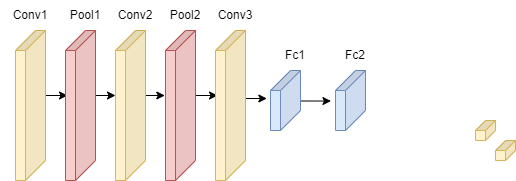
akmeraki/Neural-Network-Architecure-Diagrams keeps this draw.io diagram as 3 layer Conv Multitask (Age + Gender Classifier).png. Above is the earlier version. Source tidied: cells renumbered, new cells last; positions are measured from the earlier drawing's top-left corner, leaving out a move shared by most shapes. Source of this version:
```xml
<mxGraphModel>
  <root>
    <mxCell id="0" />
    <mxCell id="1" parent="0" />
    <mxCell id="2" style="edgeStyle=orthogonalEdgeStyle;rounded=0;jettySize=auto;html=1;exitX=0;exitY=0;exitDx=65;exitDy=0;exitPerimeter=0;entryX=0.436;entryY=0.933;entryDx=0;entryDy=0;entryPerimeter=0;" parent="1" edge="1" source="3" target="8">
      <mxGeometry relative="1" as="geometry" />
    </mxCell>
    <mxCell id="3" style="shape=cube;whiteSpace=wrap;html=1;boundedLbl=1;backgroundOutline=1;darkOpacity=0.05;darkOpacity2=0.1;shadow=0;sketch=0;strokeColor=#d6b656;size=20;direction=south;fillColor=#fff2cc;" parent="1" vertex="1">
      <mxGeometry x="15" y="30" width="30" height="150" as="geometry" />
    </mxCell>
    <mxCell id="4" style="edgeStyle=orthogonalEdgeStyle;rounded=0;jettySize=auto;html=1;exitX=0;exitY=0;exitDx=65;exitDy=0;exitPerimeter=0;entryX=0.431;entryY=1.022;entryDx=0;entryDy=0;entryPerimeter=0;" parent="1" edge="1" source="5" target="10">
      <mxGeometry relative="1" as="geometry" />
    </mxCell>
    <mxCell id="5" style="shape=cube;whiteSpace=wrap;html=1;boundedLbl=1;backgroundOutline=1;darkOpacity=0.05;darkOpacity2=0.1;shadow=0;sketch=0;strokeColor=#d6b656;size=20;direction=south;fillColor=#fff2cc;" parent="1" vertex="1">
      <mxGeometry x="115" y="30" width="30" height="150" as="geometry" />
    </mxCell>
    <mxCell id="6" style="edgeStyle=orthogonalEdgeStyle;rounded=0;jettySize=auto;html=1;exitX=0;exitY=0;exitDx=65;exitDy=0;exitPerimeter=0;entryX=0.467;entryY=1.122;entryDx=0;entryDy=0;entryPerimeter=0;" parent="1" edge="1" target="17">
      <mxGeometry relative="1" as="geometry">
        <mxPoint x="245" y="95" as="sourcePoint" />
        <Array as="points">
          <mxPoint x="245" y="98" />
        </Array>
      </mxGeometry>
    </mxCell>
    <mxCell id="7" style="edgeStyle=orthogonalEdgeStyle;rounded=0;jettySize=auto;html=1;exitX=0;exitY=0;exitDx=65;exitDy=0;exitPerimeter=0;entryX=0.427;entryY=1;entryDx=0;entryDy=0;entryPerimeter=0;" parent="1" edge="1" source="8" target="5">
      <mxGeometry relative="1" as="geometry" />
    </mxCell>
    <mxCell id="8" style="shape=cube;whiteSpace=wrap;html=1;boundedLbl=1;backgroundOutline=1;darkOpacity=0.05;darkOpacity2=0.1;shadow=0;sketch=0;strokeColor=#b85450;size=20;direction=south;fillColor=#f8cecc;" parent="1" vertex="1">
      <mxGeometry x="65" y="30" width="30" height="150" as="geometry" />
    </mxCell>
    <mxCell id="9" style="edgeStyle=orthogonalEdgeStyle;rounded=0;jettySize=auto;html=1;exitX=0;exitY=0;exitDx=65;exitDy=0;exitPerimeter=0;entryX=0.427;entryY=0.933;entryDx=0;entryDy=0;entryPerimeter=0;" parent="1" edge="1" source="10">
      <mxGeometry relative="1" as="geometry">
        <mxPoint x="217" y="94" as="targetPoint" />
      </mxGeometry>
    </mxCell>
    <mxCell id="10" style="shape=cube;whiteSpace=wrap;html=1;boundedLbl=1;backgroundOutline=1;darkOpacity=0.05;darkOpacity2=0.1;shadow=0;sketch=0;strokeColor=#b85450;size=20;direction=south;fillColor=#f8cecc;" parent="1" vertex="1">
      <mxGeometry x="165" y="30" width="30" height="150" as="geometry" />
    </mxCell>
    <mxCell id="11" value="Conv1" style="text;html=1;strokeColor=none;fillColor=none;align=center;verticalAlign=middle;whiteSpace=wrap;rounded=0;shadow=0;sketch=0;" parent="1" vertex="1">
      <mxGeometry width="60" height="30" as="geometry" />
    </mxCell>
    <mxCell id="12" value="Pool1" style="text;html=1;strokeColor=none;fillColor=none;align=center;verticalAlign=middle;whiteSpace=wrap;rounded=0;shadow=0;sketch=0;" parent="1" vertex="1">
      <mxGeometry x="55" width="60" height="30" as="geometry" />
    </mxCell>
    <mxCell id="13" value="Conv2" style="text;html=1;strokeColor=none;fillColor=none;align=center;verticalAlign=middle;whiteSpace=wrap;rounded=0;shadow=0;sketch=0;" parent="1" vertex="1">
      <mxGeometry x="105" width="60" height="30" as="geometry" />
    </mxCell>
    <mxCell id="14" value="Pool2" style="text;html=1;strokeColor=none;fillColor=none;align=center;verticalAlign=middle;whiteSpace=wrap;rounded=0;shadow=0;sketch=0;" parent="1" vertex="1">
      <mxGeometry x="155" width="60" height="30" as="geometry" />
    </mxCell>
    <mxCell id="15" value="Conv3" style="text;html=1;strokeColor=none;fillColor=none;align=center;verticalAlign=middle;whiteSpace=wrap;rounded=0;shadow=0;sketch=0;" parent="1" vertex="1">
      <mxGeometry x="205" width="60" height="30" as="geometry" />
    </mxCell>
    <mxCell id="16" style="edgeStyle=orthogonalEdgeStyle;rounded=0;jettySize=auto;html=1;exitX=0;exitY=0;exitDx=20;exitDy=0;exitPerimeter=0;entryX=0.509;entryY=1.152;entryDx=0;entryDy=0;entryPerimeter=0;" parent="1" edge="1" source="17" target="18">
      <mxGeometry relative="1" as="geometry">
        <Array as="points">
          <mxPoint x="300" y="101" />
        </Array>
      </mxGeometry>
    </mxCell>
    <mxCell id="17" style="shape=cube;whiteSpace=wrap;html=1;boundedLbl=1;backgroundOutline=1;darkOpacity=0.05;darkOpacity2=0.1;shadow=0;sketch=0;strokeColor=#6c8ebf;size=20;direction=south;fillColor=#dae8fc;" parent="1" vertex="1">
      <mxGeometry x="270" y="70" width="30" height="60" as="geometry" />
    </mxCell>
    <mxCell id="18" style="shape=cube;whiteSpace=wrap;html=1;boundedLbl=1;backgroundOutline=1;darkOpacity=0.05;darkOpacity2=0.1;shadow=0;sketch=0;strokeColor=#6c8ebf;size=20;direction=south;fillColor=#dae8fc;" parent="1" vertex="1">
      <mxGeometry x="335" y="70" width="30" height="60" as="geometry" />
    </mxCell>
    <mxCell id="19" value="Fc1" style="text;html=1;strokeColor=none;fillColor=none;align=center;verticalAlign=middle;whiteSpace=wrap;rounded=0;shadow=0;sketch=0;" parent="1" vertex="1">
      <mxGeometry x="265" y="40" width="60" height="30" as="geometry" />
    </mxCell>
    <mxCell id="20" value="Fc2" style="text;html=1;strokeColor=none;fillColor=none;align=center;verticalAlign=middle;whiteSpace=wrap;rounded=0;shadow=0;sketch=0;" parent="1" vertex="1">
      <mxGeometry x="325" y="40" width="60" height="30" as="geometry" />
    </mxCell>
    <mxCell id="21" style="shape=cube;whiteSpace=wrap;html=1;boundedLbl=1;backgroundOutline=1;darkOpacity=0.05;darkOpacity2=0.1;shadow=0;sketch=0;strokeColor=#d6b656;size=20;direction=south;fillColor=#fff2cc;" parent="1" vertex="1">
      <mxGeometry x="215" y="30" width="30" height="150" as="geometry" />
    </mxCell>
    <mxCell id="22" style="shape=cube;whiteSpace=wrap;html=1;boundedLbl=1;backgroundOutline=1;darkOpacity=0.05;darkOpacity2=0.1;shadow=0;sketch=0;strokeColor=#d6b656;size=10;direction=south;fillColor=#fff2cc;" parent="1" vertex="1">
      <mxGeometry x="475" y="120" width="20" height="20" as="geometry" />
    </mxCell>
    <mxCell id="23" style="shape=cube;whiteSpace=wrap;html=1;boundedLbl=1;backgroundOutline=1;darkOpacity=0.05;darkOpacity2=0.1;shadow=0;sketch=0;strokeColor=#d6b656;size=10;direction=south;fillColor=#fff2cc;" parent="1" vertex="1">
      <mxGeometry x="495" y="140" width="20" height="20" as="geometry" />
    </mxCell>
  </root>
</mxGraphModel>
```
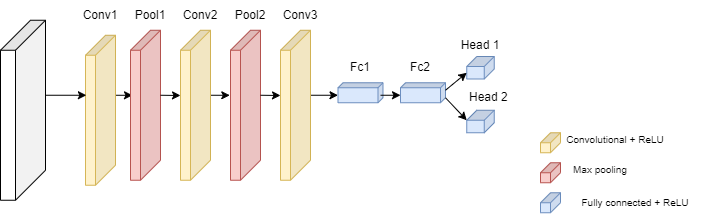
After the commit.

Change to the diagram source:
```diff
@@ -2,82 +2,115 @@
   <root>
     <mxCell id="0" />
     <mxCell id="1" parent="0" />
-    <mxCell id="2" style="edgeStyle=orthogonalEdgeStyle;rounded=0;jettySize=auto;html=1;exitX=0;exitY=0;exitDx=65;exitDy=0;exitPerimeter=0;entryX=0.436;entryY=0.933;entryDx=0;entryDy=0;entryPerimeter=0;" parent="1" edge="1" source="3" target="8">
-      <mxGeometry relative="1" as="geometry" />
+    <mxCell id="2" style="edgeStyle=orthogonalEdgeStyle;rounded=0;jettySize=auto;html=1;exitX=0;exitY=0;exitDx=65;exitDy=0;exitPerimeter=0;entryX=0.436;entryY=0.933;entryDx=0;entryDy=0;entryPerimeter=0;" parent="1" edge="1" target="8">
+      <mxGeometry relative="1" as="geometry">
+        <mxPoint x="45" y="94.9" as="sourcePoint" />
+      </mxGeometry>
     </mxCell>
     <mxCell id="3" style="shape=cube;whiteSpace=wrap;html=1;boundedLbl=1;backgroundOutline=1;darkOpacity=0.05;darkOpacity2=0.1;shadow=0;sketch=0;strokeColor=#d6b656;size=20;direction=south;fillColor=#fff2cc;" parent="1" vertex="1">
-      <mxGeometry x="15" y="30" width="30" height="150" as="geometry" />
+      <mxGeometry x="20" y="34.9" width="30" height="150" as="geometry" />
     </mxCell>
     <mxCell id="4" style="edgeStyle=orthogonalEdgeStyle;rounded=0;jettySize=auto;html=1;exitX=0;exitY=0;exitDx=65;exitDy=0;exitPerimeter=0;entryX=0.431;entryY=1.022;entryDx=0;entryDy=0;entryPerimeter=0;" parent="1" edge="1" source="5" target="10">
       <mxGeometry relative="1" as="geometry" />
     </mxCell>
     <mxCell id="5" style="shape=cube;whiteSpace=wrap;html=1;boundedLbl=1;backgroundOutline=1;darkOpacity=0.05;darkOpacity2=0.1;shadow=0;sketch=0;strokeColor=#d6b656;size=20;direction=south;fillColor=#fff2cc;" parent="1" vertex="1">
-      <mxGeometry x="115" y="30" width="30" height="150" as="geometry" />
+      <mxGeometry x="115" y="29.9" width="30" height="150" as="geometry" />
     </mxCell>
-    <mxCell id="6" style="edgeStyle=orthogonalEdgeStyle;rounded=0;jettySize=auto;html=1;exitX=0;exitY=0;exitDx=65;exitDy=0;exitPerimeter=0;entryX=0.467;entryY=1.122;entryDx=0;entryDy=0;entryPerimeter=0;" parent="1" edge="1" target="17">
-      <mxGeometry relative="1" as="geometry">
-        <mxPoint x="245" y="95" as="sourcePoint" />
-        <Array as="points">
-          <mxPoint x="245" y="98" />
-        </Array>
-      </mxGeometry>
-    </mxCell>
-    <mxCell id="7" style="edgeStyle=orthogonalEdgeStyle;rounded=0;jettySize=auto;html=1;exitX=0;exitY=0;exitDx=65;exitDy=0;exitPerimeter=0;entryX=0.427;entryY=1;entryDx=0;entryDy=0;entryPerimeter=0;" parent="1" edge="1" source="8" target="5">
-      <mxGeometry relative="1" as="geometry" />
-    </mxCell>
     <mxCell id="8" style="shape=cube;whiteSpace=wrap;html=1;boundedLbl=1;backgroundOutline=1;darkOpacity=0.05;darkOpacity2=0.1;shadow=0;sketch=0;strokeColor=#b85450;size=20;direction=south;fillColor=#f8cecc;" parent="1" vertex="1">
-      <mxGeometry x="65" y="30" width="30" height="150" as="geometry" />
+      <mxGeometry x="65" y="29.9" width="30" height="150" as="geometry" />
     </mxCell>
-    <mxCell id="9" style="edgeStyle=orthogonalEdgeStyle;rounded=0;jettySize=auto;html=1;exitX=0;exitY=0;exitDx=65;exitDy=0;exitPerimeter=0;entryX=0.427;entryY=0.933;entryDx=0;entryDy=0;entryPerimeter=0;" parent="1" edge="1" source="10">
-      <mxGeometry relative="1" as="geometry">
-        <mxPoint x="217" y="94" as="targetPoint" />
-      </mxGeometry>
-    </mxCell>
     <mxCell id="10" style="shape=cube;whiteSpace=wrap;html=1;boundedLbl=1;backgroundOutline=1;darkOpacity=0.05;darkOpacity2=0.1;shadow=0;sketch=0;strokeColor=#b85450;size=20;direction=south;fillColor=#f8cecc;" parent="1" vertex="1">
-      <mxGeometry x="165" y="30" width="30" height="150" as="geometry" />
+      <mxGeometry x="165" y="29.9" width="30" height="150" as="geometry" />
     </mxCell>
     <mxCell id="11" value="Conv1" style="text;html=1;strokeColor=none;fillColor=none;align=center;verticalAlign=middle;whiteSpace=wrap;rounded=0;shadow=0;sketch=0;" parent="1" vertex="1">
-      <mxGeometry width="60" height="30" as="geometry" />
+      <mxGeometry x="5" y="-0.1" width="60" height="30" as="geometry" />
     </mxCell>
     <mxCell id="12" value="Pool1" style="text;html=1;strokeColor=none;fillColor=none;align=center;verticalAlign=middle;whiteSpace=wrap;rounded=0;shadow=0;sketch=0;" parent="1" vertex="1">
-      <mxGeometry x="55" width="60" height="30" as="geometry" />
+      <mxGeometry x="55" y="-0.1" width="60" height="30" as="geometry" />
     </mxCell>
     <mxCell id="13" value="Conv2" style="text;html=1;strokeColor=none;fillColor=none;align=center;verticalAlign=middle;whiteSpace=wrap;rounded=0;shadow=0;sketch=0;" parent="1" vertex="1">
-      <mxGeometry x="105" width="60" height="30" as="geometry" />
+      <mxGeometry x="105" y="-0.1" width="60" height="30" as="geometry" />
     </mxCell>
     <mxCell id="14" value="Pool2" style="text;html=1;strokeColor=none;fillColor=none;align=center;verticalAlign=middle;whiteSpace=wrap;rounded=0;shadow=0;sketch=0;" parent="1" vertex="1">
-      <mxGeometry x="155" width="60" height="30" as="geometry" />
+      <mxGeometry x="155" y="-0.1" width="60" height="30" as="geometry" />
     </mxCell>
     <mxCell id="15" value="Conv3" style="text;html=1;strokeColor=none;fillColor=none;align=center;verticalAlign=middle;whiteSpace=wrap;rounded=0;shadow=0;sketch=0;" parent="1" vertex="1">
-      <mxGeometry x="205" width="60" height="30" as="geometry" />
+      <mxGeometry x="205" y="-0.1" width="60" height="30" as="geometry" />
     </mxCell>
-    <mxCell id="16" style="edgeStyle=orthogonalEdgeStyle;rounded=0;jettySize=auto;html=1;exitX=0;exitY=0;exitDx=20;exitDy=0;exitPerimeter=0;entryX=0.509;entryY=1.152;entryDx=0;entryDy=0;entryPerimeter=0;" parent="1" edge="1" source="17" target="18">
-      <mxGeometry relative="1" as="geometry">
-        <Array as="points">
-          <mxPoint x="300" y="101" />
-        </Array>
-      </mxGeometry>
-    </mxCell>
-    <mxCell id="17" style="shape=cube;whiteSpace=wrap;html=1;boundedLbl=1;backgroundOutline=1;darkOpacity=0.05;darkOpacity2=0.1;shadow=0;sketch=0;strokeColor=#6c8ebf;size=20;direction=south;fillColor=#dae8fc;" parent="1" vertex="1">
-      <mxGeometry x="270" y="70" width="30" height="60" as="geometry" />
+    <mxCell id="17" style="shape=cube;whiteSpace=wrap;html=1;boundedLbl=1;backgroundOutline=1;darkOpacity=0.05;darkOpacity2=0.1;shadow=0;sketch=0;strokeColor=#6c8ebf;size=5;direction=south;fillColor=#dae8fc;" parent="1" vertex="1">
+      <mxGeometry x="272.5" y="82.4" width="45" height="20" as="geometry" />
     </mxCell>
-    <mxCell id="18" style="shape=cube;whiteSpace=wrap;html=1;boundedLbl=1;backgroundOutline=1;darkOpacity=0.05;darkOpacity2=0.1;shadow=0;sketch=0;strokeColor=#6c8ebf;size=20;direction=south;fillColor=#dae8fc;" parent="1" vertex="1">
-      <mxGeometry x="335" y="70" width="30" height="60" as="geometry" />
-    </mxCell>
     <mxCell id="19" value="Fc1" style="text;html=1;strokeColor=none;fillColor=none;align=center;verticalAlign=middle;whiteSpace=wrap;rounded=0;shadow=0;sketch=0;" parent="1" vertex="1">
-      <mxGeometry x="265" y="40" width="60" height="30" as="geometry" />
+      <mxGeometry x="265" y="52.4" width="60" height="30" as="geometry" />
     </mxCell>
     <mxCell id="20" value="Fc2" style="text;html=1;strokeColor=none;fillColor=none;align=center;verticalAlign=middle;whiteSpace=wrap;rounded=0;shadow=0;sketch=0;" parent="1" vertex="1">
-      <mxGeometry x="325" y="40" width="60" height="30" as="geometry" />
+      <mxGeometry x="325" y="52.4" width="60" height="30" as="geometry" />
     </mxCell>
+    <mxCell id="24" style="edgeStyle=orthogonalEdgeStyle;rounded=0;jettySize=auto;html=1;exitX=0;exitY=0;exitDx=65;exitDy=0;exitPerimeter=0;entryX=0;entryY=0;entryDx=12.5;entryDy=45;entryPerimeter=0;" parent="1" edge="1" source="21" target="17">
+      <mxGeometry relative="1" as="geometry" />
+    </mxCell>
     <mxCell id="21" style="shape=cube;whiteSpace=wrap;html=1;boundedLbl=1;backgroundOutline=1;darkOpacity=0.05;darkOpacity2=0.1;shadow=0;sketch=0;strokeColor=#d6b656;size=20;direction=south;fillColor=#fff2cc;" parent="1" vertex="1">
-      <mxGeometry x="215" y="30" width="30" height="150" as="geometry" />
+      <mxGeometry x="215" y="29.9" width="30" height="150" as="geometry" />
     </mxCell>
     <mxCell id="22" style="shape=cube;whiteSpace=wrap;html=1;boundedLbl=1;backgroundOutline=1;darkOpacity=0.05;darkOpacity2=0.1;shadow=0;sketch=0;strokeColor=#d6b656;size=10;direction=south;fillColor=#fff2cc;" parent="1" vertex="1">
-      <mxGeometry x="475" y="120" width="20" height="20" as="geometry" />
+      <mxGeometry x="475" y="132.4" width="20" height="20" as="geometry" />
     </mxCell>
-    <mxCell id="23" style="shape=cube;whiteSpace=wrap;html=1;boundedLbl=1;backgroundOutline=1;darkOpacity=0.05;darkOpacity2=0.1;shadow=0;sketch=0;strokeColor=#d6b656;size=10;direction=south;fillColor=#fff2cc;" parent="1" vertex="1">
-      <mxGeometry x="495" y="140" width="20" height="20" as="geometry" />
+    <mxCell id="23" style="shape=cube;whiteSpace=wrap;html=1;boundedLbl=1;backgroundOutline=1;darkOpacity=0.05;darkOpacity2=0.1;shadow=0;sketch=0;strokeColor=#b85450;size=10;direction=south;fillColor=#f8cecc;" parent="1" vertex="1">
+      <mxGeometry x="475" y="162.4" width="20" height="20" as="geometry" />
     </mxCell>
+    <mxCell id="25" style="shape=cube;whiteSpace=wrap;html=1;boundedLbl=1;backgroundOutline=1;darkOpacity=0.05;darkOpacity2=0.1;shadow=0;sketch=0;strokeColor=#6c8ebf;size=10;direction=south;fillColor=#dae8fc;" parent="1" vertex="1">
+      <mxGeometry x="475" y="192.4" width="20" height="20" as="geometry" />
+    </mxCell>
+    <mxCell id="26" style="shape=cube;whiteSpace=wrap;html=1;boundedLbl=1;backgroundOutline=1;darkOpacity=0.05;darkOpacity2=0.1;shadow=0;sketch=0;strokeColor=#6c8ebf;size=10;direction=south;fillColor=#dae8fc;" parent="1" vertex="1">
+      <mxGeometry x="401.2" y="56.2" width="27.5" height="22.5" as="geometry" />
+    </mxCell>
+    <mxCell id="27" style="shape=cube;whiteSpace=wrap;html=1;boundedLbl=1;backgroundOutline=1;darkOpacity=0.05;darkOpacity2=0.1;shadow=0;sketch=0;strokeColor=#6c8ebf;size=5;direction=south;fillColor=#dae8fc;" parent="1" vertex="1">
+      <mxGeometry x="335" y="82.4" width="45" height="20" as="geometry" />
+    </mxCell>
+    <mxCell id="28" style="shape=cube;whiteSpace=wrap;html=1;boundedLbl=1;backgroundOutline=1;darkOpacity=0.05;darkOpacity2=0.1;shadow=0;sketch=0;strokeColor=#6c8ebf;size=10;direction=south;fillColor=#dae8fc;" parent="1" vertex="1">
+      <mxGeometry x="401.2" y="109.9" width="27.5" height="22.5" as="geometry" />
+    </mxCell>
+    <mxCell id="29" value="Head 1" style="text;html=1;strokeColor=none;fillColor=none;align=center;verticalAlign=middle;whiteSpace=wrap;rounded=0;shadow=0;sketch=0;" parent="1" vertex="1">
+      <mxGeometry x="385" y="29.9" width="60" height="30" as="geometry" />
+    </mxCell>
+    <mxCell id="30" value="Head 2&amp;nbsp;" style="text;html=1;strokeColor=none;fillColor=none;align=center;verticalAlign=middle;whiteSpace=wrap;rounded=0;shadow=0;sketch=0;" parent="1" vertex="1">
+      <mxGeometry x="395" y="82.4" width="60" height="30" as="geometry" />
+    </mxCell>
+    <mxCell id="31" style="endArrow=classic;html=1;rounded=0;entryX=0;entryY=0;entryDx=12.5;entryDy=45;entryPerimeter=0;" parent="1" edge="1" target="27">
+      <mxGeometry relative="1" as="geometry">
+        <mxPoint x="315" y="94.9" as="sourcePoint" />
+      </mxGeometry>
+    </mxCell>
+    <mxCell id="32" style="endArrow=classic;html=1;rounded=0;exitX=0;exitY=0;exitDx=7.5;exitDy=0;exitPerimeter=0;entryX=0;entryY=0;entryDx=16.25;entryDy=27.5;entryPerimeter=0;" parent="1" edge="1" source="27" target="26">
+      <mxGeometry relative="1" as="geometry" />
+    </mxCell>
+    <mxCell id="33" style="endArrow=classic;html=1;rounded=0;exitX=0;exitY=0;exitDx=15;exitDy=0;exitPerimeter=0;entryX=0;entryY=0;entryDx=10;entryDy=27.5;entryPerimeter=0;" parent="1" edge="1" source="27" target="28">
+      <mxGeometry relative="1" as="geometry" />
+    </mxCell>
+    <mxCell id="34" value="&lt;font style=&quot;font-size: 10px&quot;&gt;Convolutional + ReLU&lt;/font&gt;" style="text;html=1;strokeColor=none;fillColor=none;align=center;verticalAlign=middle;whiteSpace=wrap;rounded=0;shadow=0;sketch=0;strokeWidth=5;" parent="1" vertex="1">
+      <mxGeometry x="495" y="124.9" width="110" height="27.5" as="geometry" />
+    </mxCell>
+    <mxCell id="35" value="&lt;font size=&quot;1&quot;&gt;Max pooling&lt;/font&gt;" style="text;html=1;strokeColor=none;fillColor=none;align=center;verticalAlign=middle;whiteSpace=wrap;rounded=0;shadow=0;sketch=0;strokeWidth=5;" parent="1" vertex="1">
+      <mxGeometry x="485" y="154.9" width="100" height="27.5" as="geometry" />
+    </mxCell>
+    <mxCell id="36" value="&lt;font size=&quot;1&quot;&gt;Fully connected + ReLU&lt;/font&gt;" style="text;html=1;strokeColor=none;fillColor=none;align=center;verticalAlign=middle;whiteSpace=wrap;rounded=0;shadow=0;sketch=0;strokeWidth=5;" parent="1" vertex="1">
+      <mxGeometry x="505" y="188.7" width="130" height="27.5" as="geometry" />
+    </mxCell>
+    <mxCell id="37" style="edgeStyle=none;rounded=0;jettySize=auto;html=1;exitX=0;exitY=0;exitDx=75;exitDy=0;exitPerimeter=0;fontSize=10;entryX=0.4;entryY=0.971;entryDx=0;entryDy=0;entryPerimeter=0;" parent="1" edge="1" source="38" target="3">
+      <mxGeometry relative="1" as="geometry" />
+    </mxCell>
+    <mxCell id="38" style="shape=cube;whiteSpace=wrap;html=1;boundedLbl=1;backgroundOutline=1;darkOpacity=0.05;darkOpacity2=0.1;shadow=0;sketch=0;size=30;direction=south;" parent="1" vertex="1">
+      <mxGeometry x="-65" y="19.9" width="45" height="180" as="geometry" />
+    </mxCell>
+    <mxCell id="39" style="endArrow=classic;html=1;rounded=0;fontSize=10;exitX=0;exitY=0;exitDx=65;exitDy=0;exitPerimeter=0;" parent="1" edge="1" source="10">
+      <mxGeometry relative="1" as="geometry">
+        <mxPoint x="215" y="95.2" as="targetPoint" />
+      </mxGeometry>
+    </mxCell>
+    <mxCell id="40" style="endArrow=classic;html=1;rounded=0;fontSize=10;exitX=0;exitY=0;exitDx=65;exitDy=0;exitPerimeter=0;" parent="1" edge="1" source="8">
+      <mxGeometry relative="1" as="geometry">
+        <mxPoint x="115" y="95.2" as="targetPoint" />
+      </mxGeometry>
+    </mxCell>
   </root>
 </mxGraphModel>
```
